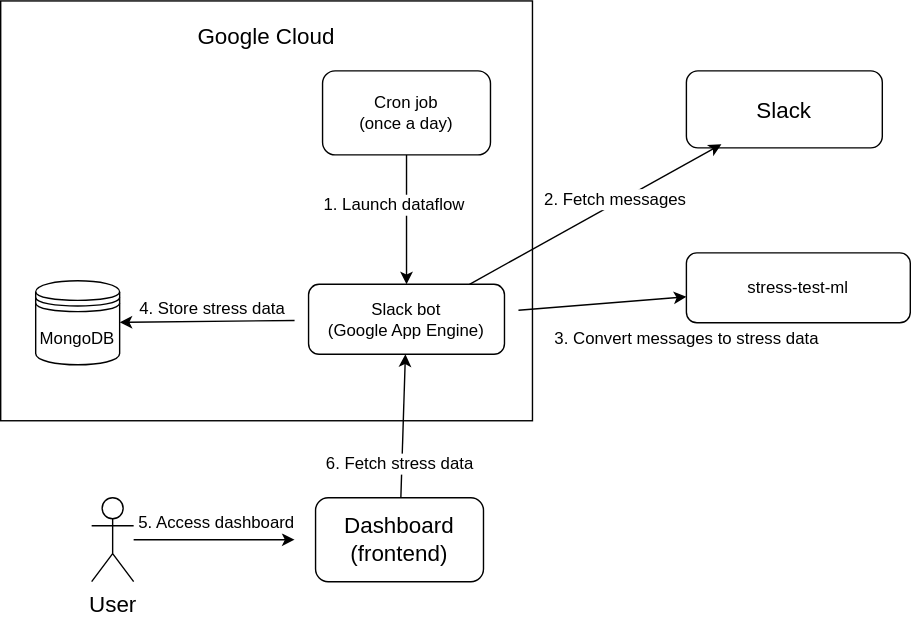
Saneri/stress-alert keeps this draw.io diagram as architecture.svg. Above is the earlier version. Source tidied: cells renumbered, new cells last; positions are measured from the earlier drawing's top-left corner, leaving out a move shared by most shapes.
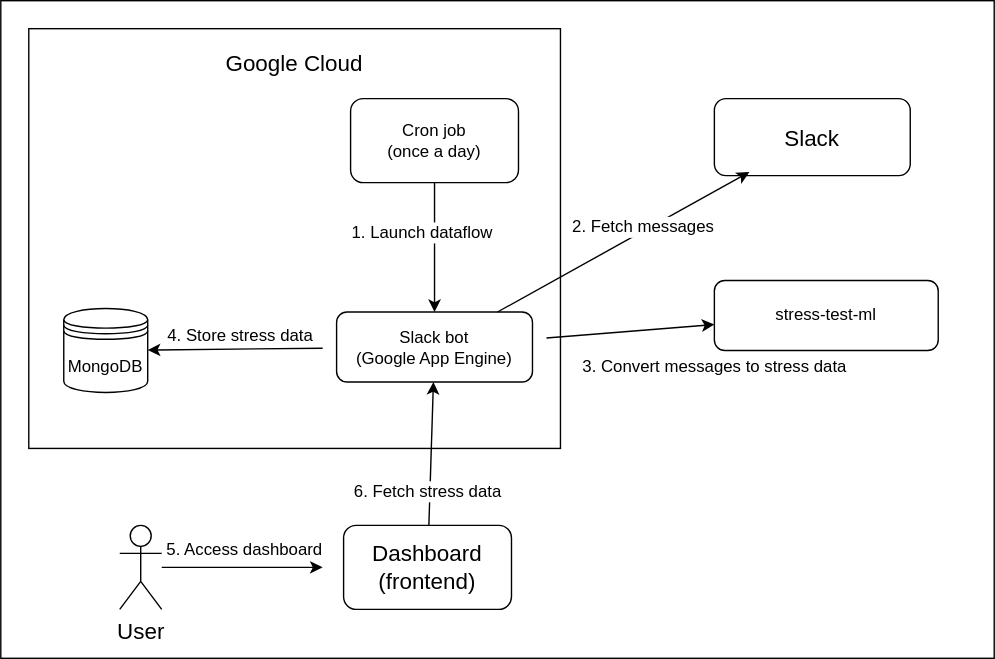
The same diagram one commit later.

Commit message:
add white background to architecture svg

Change to the diagram source:
```diff
@@ -2,6 +2,9 @@
   <root>
     <mxCell id="0" />
     <mxCell id="1" parent="0" />
+    <mxCell id="27" style="rounded=0;whiteSpace=wrap;html=1;fontSize=16;" parent="1" vertex="1">
+      <mxGeometry x="-20" y="-20" width="710" height="470" as="geometry" />
+    </mxCell>
     <mxCell id="2" style="rounded=1;whiteSpace=wrap;html=1;" parent="1" vertex="1">
       <mxGeometry x="490" y="180" width="160" height="50" as="geometry" />
     </mxCell>
```
